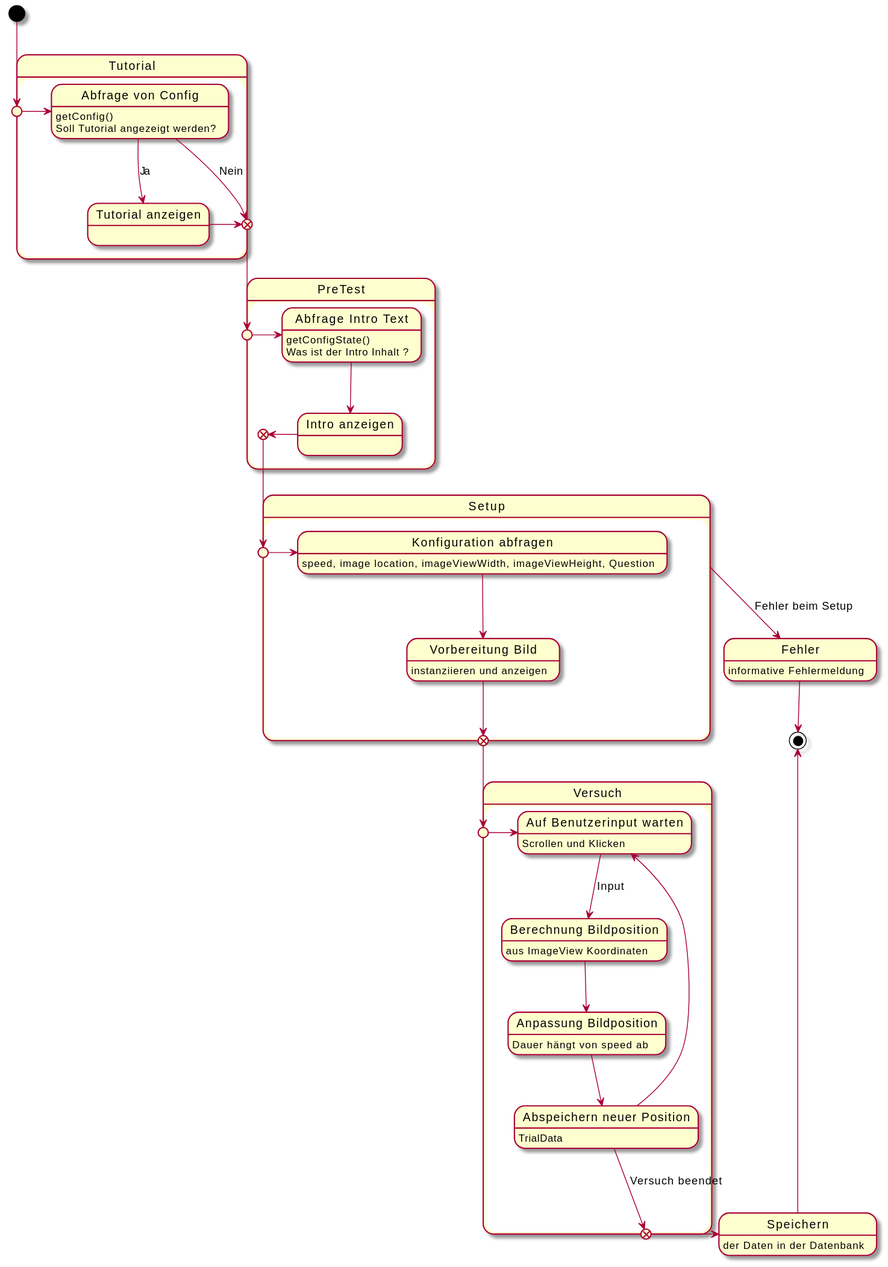
Before: uml-state/zoommaps/zustand-zoommaps.svg, a diagram exported from PlantUML (weichware-10/dokumente).
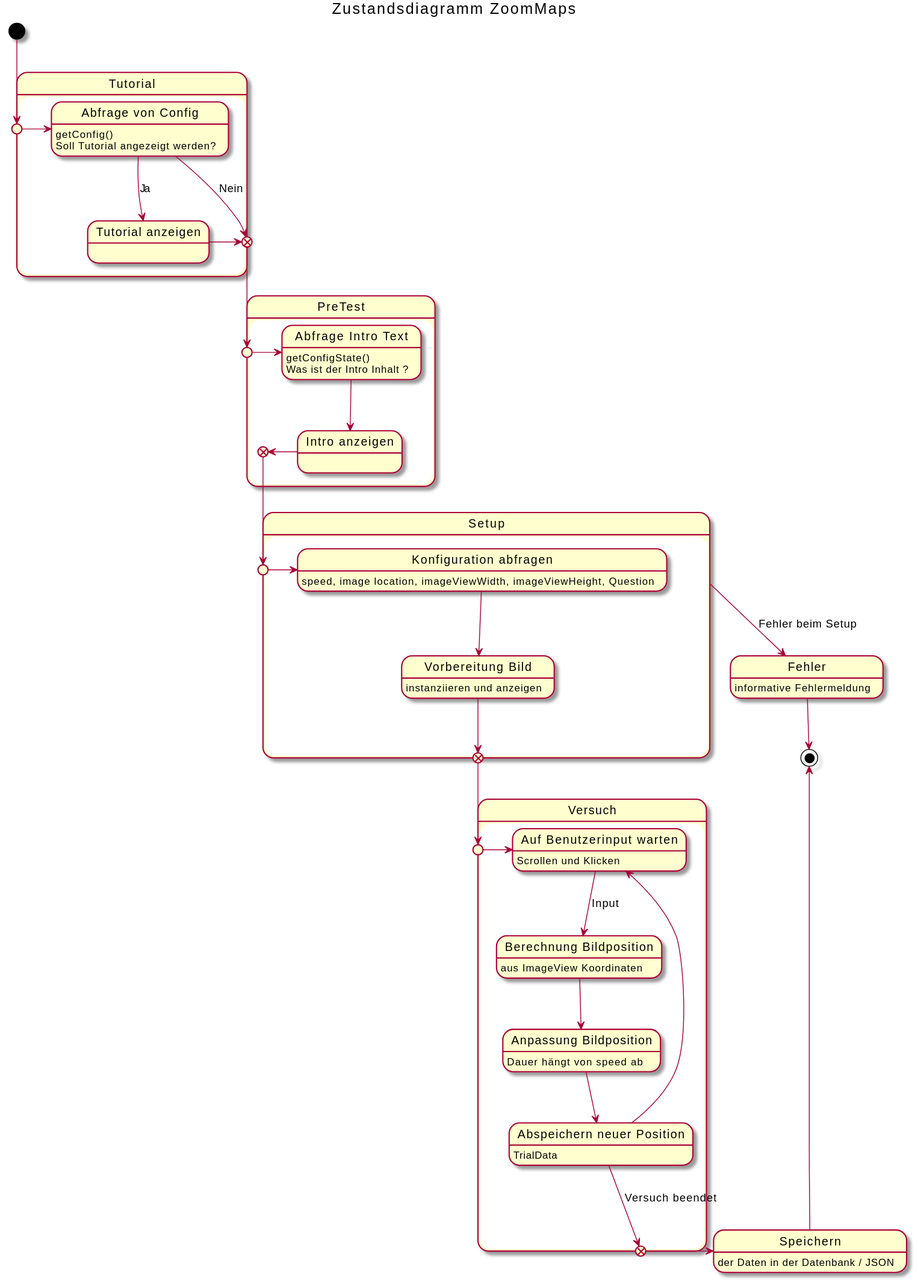
Above is the later version.

Commit message:
[chore] rendered SVGs

Change to the diagram source:
```diff
@@ -1,6 +1,7 @@
 @startuml
+title Zustandsdiagramm ZoomMaps
 state "Fehler" as err : informative Fehlermeldung
-state Speichern : der Daten in der Datenbank
+state Speichern : der Daten in der Datenbank / JSON
 
 state "Tutorial" as t {
     state " " as tnp <<entryPoint>>
```
